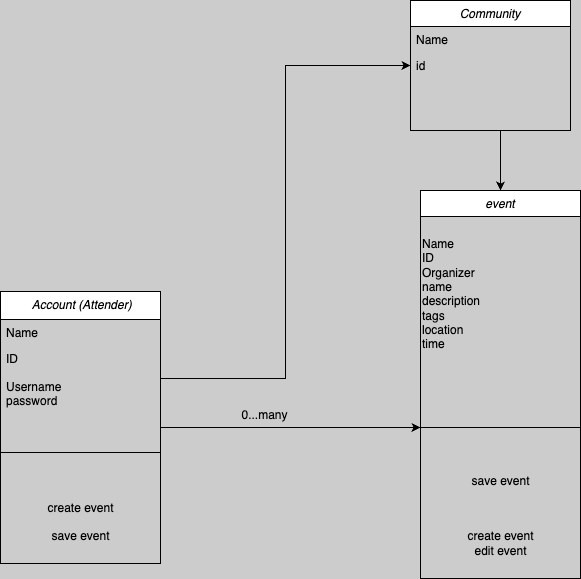
This is images/domain_model.drawio.png from calvin-cs262-fall2024-thefunteam/Project, a draw.io export, as it was before one commit. Source tidied: cells renumbered, new cells last; positions are measured from the earlier drawing's top-left corner, leaving out a move shared by most shapes.
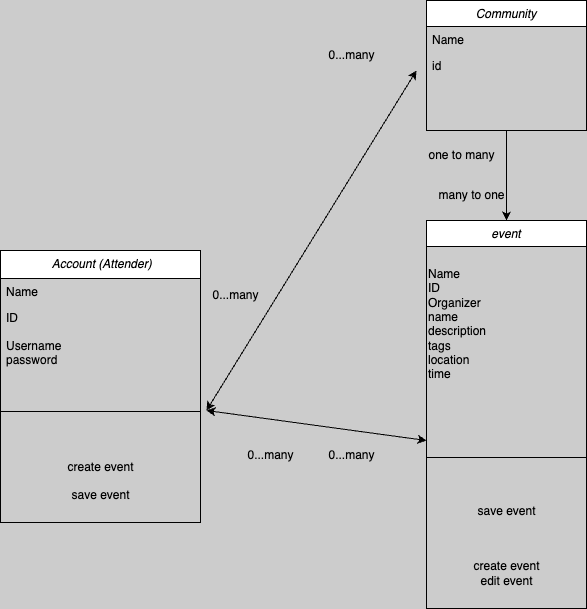
Later version of the same file.

Change to the diagram source:
```diff
@@ -2,26 +2,23 @@
   <root>
     <mxCell id="0" />
     <mxCell id="1" parent="0" />
-    <mxCell id="2" style="edgeStyle=orthogonalEdgeStyle;rounded=0;jettySize=auto;html=1;" parent="1" edge="1" source="3" target="11">
-      <mxGeometry relative="1" as="geometry" />
-    </mxCell>
     <mxCell id="3" value=" Account (Attender)" style="swimlane;fontStyle=2;align=center;verticalAlign=top;horizontal=1;startSize=28;rounded=0;shadow=0;strokeWidth=1;" parent="1" vertex="1">
-      <mxGeometry y="291" width="160" height="272" as="geometry" />
+      <mxGeometry x="-6" y="220" width="200" height="272" as="geometry" />
     </mxCell>
     <mxCell id="4" value="Name" style="text;align=left;verticalAlign=top;spacingLeft=4;spacingRight=4;overflow=hidden;" parent="3" vertex="1">
-      <mxGeometry y="28" width="160" height="26" as="geometry" />
+      <mxGeometry y="28" width="200" height="26" as="geometry" />
     </mxCell>
     <mxCell id="5" value="ID&#10;&#10;Username &#10;password&#10;" style="text;align=left;verticalAlign=top;spacingLeft=4;spacingRight=4;overflow=hidden;points=[[0,0.5],[1,0.5]];portConstraint=eastwest;rounded=0;shadow=0;html=0;" parent="3" vertex="1">
-      <mxGeometry y="54" width="160" height="66" as="geometry" />
+      <mxGeometry y="54" width="200" height="66" as="geometry" />
     </mxCell>
     <mxCell id="6" style="line;html=1;strokeWidth=1;align=left;verticalAlign=middle;spacingTop=-1;spacingLeft=3;spacingRight=3;labelPosition=right;" parent="3" vertex="1">
-      <mxGeometry y="120" width="160" height="82" as="geometry" />
+      <mxGeometry y="120" width="200" height="82" as="geometry" />
     </mxCell>
     <mxCell id="7" value="create event" style="text;html=1;align=center;verticalAlign=middle;strokeColor=none;fillColor=none;" parent="3" vertex="1">
-      <mxGeometry y="202" width="160" height="30" as="geometry" />
+      <mxGeometry y="202" width="200" height="30" as="geometry" />
     </mxCell>
     <mxCell id="8" value="save event&lt;div&gt;&lt;br&gt;&lt;/div&gt;" style="text;html=1;align=center;verticalAlign=middle;strokeColor=none;fillColor=none;" parent="3" vertex="1">
-      <mxGeometry y="232" width="160" height="40" as="geometry" />
+      <mxGeometry y="232" width="200" height="40" as="geometry" />
     </mxCell>
     <mxCell id="9" value="event" style="swimlane;fontStyle=2;align=center;verticalAlign=top;horizontal=1;startSize=26;rounded=0;shadow=0;strokeWidth=1;" parent="1" vertex="1">
       <mxGeometry x="420" y="190" width="160" height="388" as="geometry" />
@@ -39,14 +36,10 @@
       <mxGeometry y="318" width="160" height="70" as="geometry" />
     </mxCell>
     <mxCell id="14" style="edgeStyle=orthogonalEdgeStyle;rounded=0;jettySize=auto;html=1;exitX=0.5;exitY=1;exitDx=0;exitDy=0;entryX=0.5;entryY=0;entryDx=0;entryDy=0;" parent="1" edge="1" source="15" target="9">
-      <mxGeometry relative="1" as="geometry">
-        <Array as="points">
-          <mxPoint x="500" y="130" />
-        </Array>
-      </mxGeometry>
+      <mxGeometry relative="1" as="geometry" />
     </mxCell>
     <mxCell id="15" value="Community" style="swimlane;fontStyle=2;align=center;verticalAlign=top;horizontal=1;startSize=26;rounded=0;shadow=0;strokeWidth=1;" parent="1" vertex="1">
-      <mxGeometry x="410" width="160" height="130" as="geometry" />
+      <mxGeometry x="420" y="-30" width="160" height="130" as="geometry" />
     </mxCell>
     <mxCell id="16" value="Name" style="text;align=left;verticalAlign=top;spacingLeft=4;spacingRight=4;overflow=hidden;" parent="15" vertex="1">
       <mxGeometry y="26" width="160" height="26" as="geometry" />
@@ -55,10 +48,34 @@
       <mxGeometry y="52" width="160" height="26" as="geometry" />
     </mxCell>
     <mxCell id="18" value="0...many" style="text;html=1;align=center;verticalAlign=middle;strokeColor=none;fillColor=none;" parent="1" vertex="1">
-      <mxGeometry x="229" y="400" width="70" height="30" as="geometry" />
+      <mxGeometry x="310" y="410" width="70" height="30" as="geometry" />
     </mxCell>
-    <mxCell id="19" style="edgeStyle=orthogonalEdgeStyle;rounded=0;jettySize=auto;html=1;entryX=0;entryY=0.5;entryDx=0;entryDy=0;" parent="1" edge="1" source="5" target="17">
-      <mxGeometry relative="1" as="geometry" />
-    </mxCell>
+    <mxCell id="20" value="0...many" style="text;html=1;align=center;verticalAlign=middle;strokeColor=none;fillColor=none;" parent="1" vertex="1">
+      <mxGeometry x="194" y="250" width="70" height="30" as="geometry" />
+    </mxCell>
+    <mxCell id="21" value="one to many" style="text;html=1;align=center;verticalAlign=middle;strokeColor=none;fillColor=none;" parent="1" vertex="1">
+      <mxGeometry x="410" y="110" width="90" height="30" as="geometry" />
+    </mxCell>
+    <mxCell id="22" style="endArrow=classic;startArrow=classic;html=1;rounded=0;" parent="1" edge="1">
+      <mxGeometry relative="1" as="geometry">
+        <mxPoint x="410" y="40" as="sourcePoint" />
+        <mxPoint x="200" y="380" as="targetPoint" />
+      </mxGeometry>
+    </mxCell>
+    <mxCell id="23" style="endArrow=classic;startArrow=classic;html=1;rounded=0;" parent="1" edge="1">
+      <mxGeometry relative="1" as="geometry">
+        <mxPoint x="200" y="380" as="sourcePoint" />
+        <mxPoint x="420" y="410" as="targetPoint" />
+      </mxGeometry>
+    </mxCell>
+    <mxCell id="24" value="0...many" style="text;html=1;align=center;verticalAlign=middle;strokeColor=none;fillColor=none;" parent="1" vertex="1">
+      <mxGeometry x="310" y="10" width="70" height="30" as="geometry" />
+    </mxCell>
+    <mxCell id="25" value="0...many" style="text;html=1;align=center;verticalAlign=middle;strokeColor=none;fillColor=none;" parent="1" vertex="1">
+      <mxGeometry x="229" y="410" width="70" height="30" as="geometry" />
+    </mxCell>
+    <mxCell id="26" value="many to one" style="text;html=1;align=center;verticalAlign=middle;strokeColor=none;fillColor=none;" parent="1" vertex="1">
+      <mxGeometry x="420" y="150" width="90" height="30" as="geometry" />
+    </mxCell>
   </root>
 </mxGraphModel>
```
